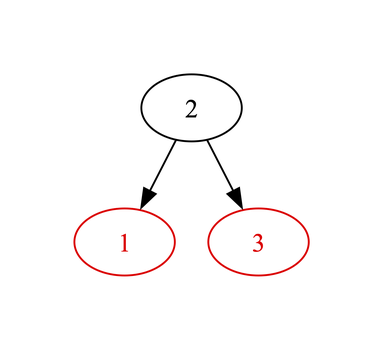
This is Fw/DataStructures/docs/diagrams/Red-Black-Trees/valid.png from nasa/fprime, a Graphviz export, as it was before one commit. Its source is kept beside it as Fw/DataStructures/docs/diagrams/Red-Black-Trees/valid.dot.
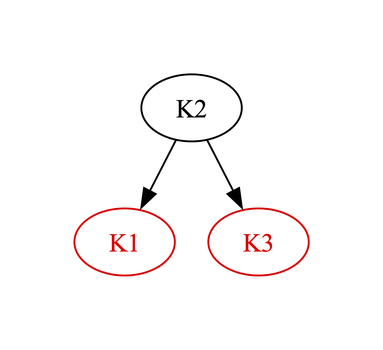
The same diagram one commit later.

Diff of the diagram source:
```diff
@@ -1,10 +1,10 @@
 digraph {
 
-  2 -> 1
-  2 -> 3
+  K2 -> K1
+  K2 -> K3
 
-  1 [color="red",fontcolor="red"]
-  2
-  3 [color="red",fontcolor="red"]
+  K1 [color="red",fontcolor="red"]
+  K2
+  K3 [color="red",fontcolor="red"]
 
 }
```
